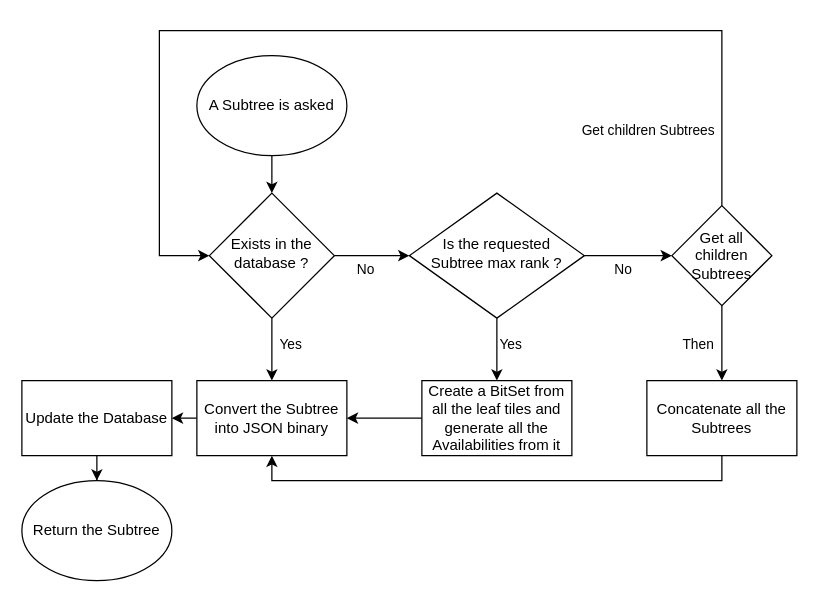
Earlier version of the draw.io diagram tb_fr_latex/assets/figures/simple-flowchart.drawio (IEscher/incubator-baremaps-TB-ian). Source tidied: cells renumbered, new cells numbered last; positions are measured from the earlier drawing's top-left corner, leaving out a move shared by most shapes. Both pictures are drawn from the tidied source at 125%, with x=0, y=0 at pixel (21, 30).
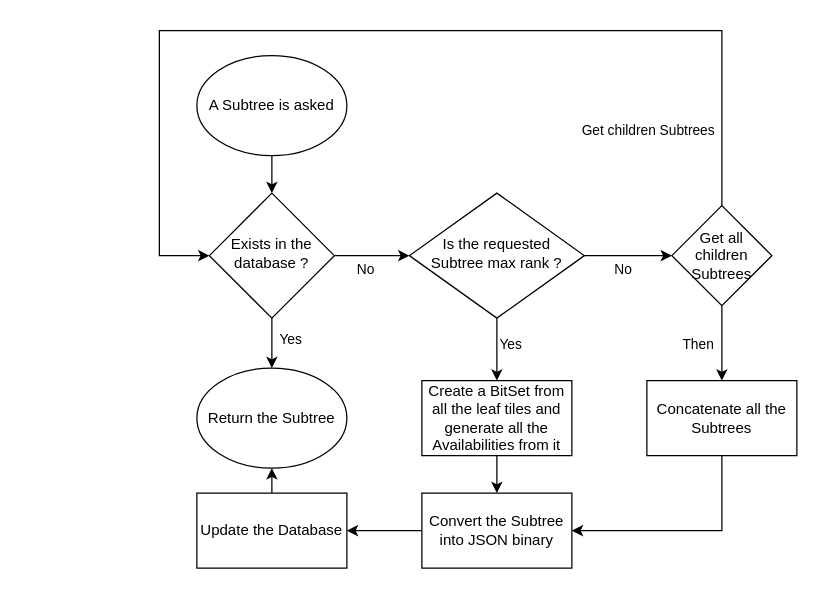
The same page after the edit.

Unchanged cells that the change refers to:
```xml
<mxCell id="6" value="Exists in the database ?" style="rhombus;whiteSpace=wrap;html=1;shadow=0;fontFamily=Helvetica;fontSize=12;align=center;strokeWidth=1;spacing=6;spacingTop=-4;" parent="1" vertex="1">
  <mxGeometry x="150" y="130" width="100" height="100" as="geometry" />
</mxCell>
<mxCell id="15" value="Create a BitSet from all the leaf tiles and generate all the Availabilities from it" style="rounded=0;whiteSpace=wrap;html=1;" parent="1" vertex="1">
  <mxGeometry x="320" y="280" width="120" height="60" as="geometry" />
</mxCell>
<mxCell id="22" value="Concatenate all the Subtrees" style="rounded=0;whiteSpace=wrap;html=1;" parent="1" vertex="1">
  <mxGeometry x="500" y="280" width="120" height="60" as="geometry" />
</mxCell>
```

Change to the diagram source:
```diff
@@
-    <mxCell id="2" style="edgeStyle=orthogonalEdgeStyle;rounded=0;jettySize=auto;html=1;exitX=0.5;exitY=1;exitDx=0;exitDy=0;entryX=0.5;entryY=0;entryDx=0;entryDy=0;" parent="1" edge="1" source="6" target="25">
+    <mxCell id="2" style="edgeStyle=orthogonalEdgeStyle;rounded=0;jettySize=auto;html=1;exitX=0.5;exitY=1;exitDx=0;exitDy=0;entryX=0.5;entryY=0;entryDx=0;entryDy=0;" parent="1" edge="1" source="6" target="23">
       <mxGeometry relative="1" as="geometry" />
     </mxCell>
@@
-    <mxCell id="14" style="edgeStyle=orthogonalEdgeStyle;rounded=0;jettySize=auto;html=1;exitX=0;exitY=0.5;exitDx=0;exitDy=0;entryX=1;entryY=0.5;entryDx=0;entryDy=0;" parent="1" edge="1" source="15" target="25">
+    <mxCell id="14" style="edgeStyle=orthogonalEdgeStyle;rounded=0;jettySize=auto;html=1;exitX=0.5;exitY=1;exitDx=0;exitDy=0;entryX=0.5;entryY=0;entryDx=0;entryDy=0;" parent="1" edge="1" source="15" target="25">
       <mxGeometry relative="1" as="geometry" />
     </mxCell>
@@
-    <mxCell id="21" style="edgeStyle=orthogonalEdgeStyle;rounded=0;jettySize=auto;html=1;exitX=0.5;exitY=1;exitDx=0;exitDy=0;entryX=0.5;entryY=1;entryDx=0;entryDy=0;" parent="1" edge="1" source="22" target="25">
+    <mxCell id="21" style="edgeStyle=orthogonalEdgeStyle;rounded=0;jettySize=auto;html=1;exitX=0.5;exitY=1;exitDx=0;exitDy=0;entryX=1;entryY=0.5;entryDx=0;entryDy=0;" parent="1" edge="1" source="22" target="25">
       <mxGeometry relative="1" as="geometry" />
     </mxCell>
@@
     <mxCell id="23" value="Return the Subtree" style="ellipse;whiteSpace=wrap;html=1;" parent="1" vertex="1">
-      <mxGeometry y="360" width="120" height="80" as="geometry" />
+      <mxGeometry x="140" y="270" width="120" height="80" as="geometry" />
     </mxCell>
@@
     <mxCell id="25" value="Convert the Subtree into JSON binary" style="rounded=0;whiteSpace=wrap;html=1;" parent="1" vertex="1">
-      <mxGeometry x="140" y="280" width="120" height="60" as="geometry" />
+      <mxGeometry x="320" y="370" width="120" height="60" as="geometry" />
     </mxCell>
-    <mxCell id="26" style="edgeStyle=orthogonalEdgeStyle;rounded=0;jettySize=auto;html=1;exitX=0.5;exitY=1;exitDx=0;exitDy=0;" parent="1" edge="1" source="27" target="23">
+    <mxCell id="26" style="edgeStyle=orthogonalEdgeStyle;rounded=0;jettySize=auto;html=1;exitX=0.5;exitY=0;exitDx=0;exitDy=0;entryX=0.5;entryY=1;entryDx=0;entryDy=0;" parent="1" edge="1" source="27" target="23">
       <mxGeometry relative="1" as="geometry" />
     </mxCell>
     <mxCell id="27" value="Update the Database" style="rounded=0;whiteSpace=wrap;html=1;" parent="1" vertex="1">
-      <mxGeometry y="280" width="120" height="60" as="geometry" />
+      <mxGeometry x="140" y="370" width="120" height="60" as="geometry" />
     </mxCell>
```
